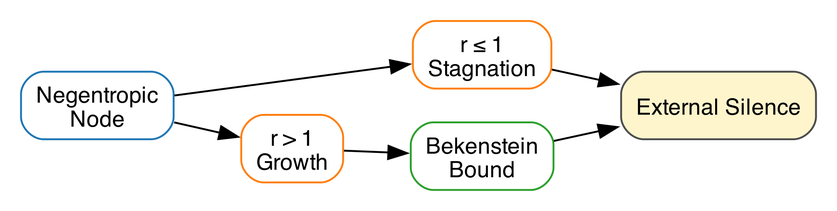
Above: build/artifacts/silence_flow.png in DanielSwift1992/veritas-black-hole-article (Graphviz), before the change. Its source is kept beside it as build/artifacts/silence_flow.dot.
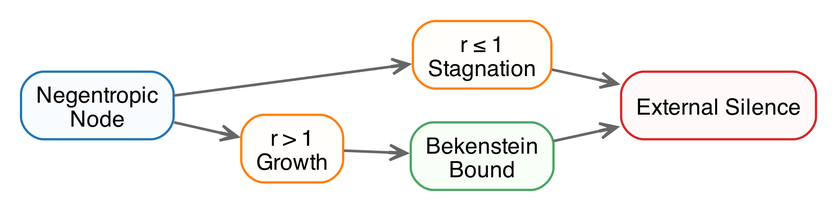
After the commit.

The edit, as a diff of the source:
```diff
@@ -1,16 +1,17 @@
 digraph SilenceFlow {
   graph [dpi=180, rankdir=LR, bgcolor="white", size="12,7!", margin="0.2,0.2"];
-  node  [shape=box, style="rounded", fontname="DejaVu Sans", fontsize=12, color="#4d4d4d", fillcolor="white", fontcolor="black"];
+  node  [shape=box, style="filled", fontname="DejaVu Sans", fontsize=12, color="#4d4d4d", fillcolor="white", fontcolor="black", penwidth=1.2];
+  edge  [color="#666666", penwidth=1.4, arrowsize=0.9, arrowhead="vee", splines=true];
 
   NegNode  [label="Negentropic
-Node", color="#1f77b4", fontcolor="black"];
+Node", color="#1f77b4", fillcolor="#F9FCFE", fontcolor="black", style="filled,rounded"];
   Stagnant [label="r ≤ 1
-Stagnation", color="#ff7f0e", fontcolor="black"];
+Stagnation", color="#ff7f0e", fillcolor="#FFFEFB", fontcolor="black", style="filled,rounded"];
   Growth   [label="r > 1
-Growth", color="#ff7f0e", fontcolor="black"];
+Growth", color="#ff7f0e", fillcolor="#FFFEFB", fontcolor="black", style="filled,rounded"];
   Bound    [label="Bekenstein
-Bound", color="#2ca02c", fontcolor="black"];
-  Silent   [label="External Silence", shape=box, style="rounded,filled", fillcolor="#fff5cc", fontcolor="black", color="#4d4d4d"];
+Bound", color="#4AA564", fillcolor="#F7FFF7", fontcolor="black", style="filled,rounded"];
+  Silent   [label="External Silence", shape=box, style="filled,rounded", fillcolor="#FFF9F9", fontcolor="black", color="#d62728"];
 
   NegNode -> Stagnant;
   NegNode -> Growth;
```
